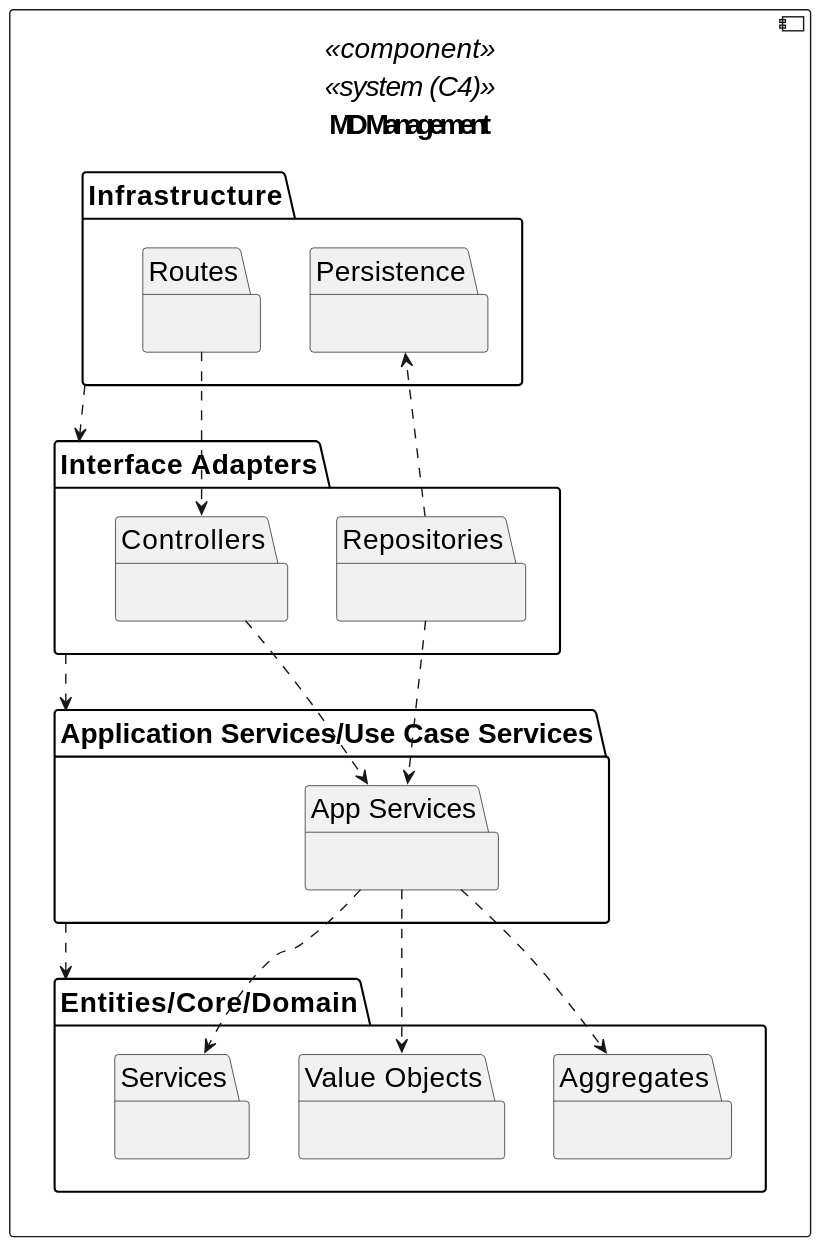
The PlantUML diagram _wiki/views/level-3/assets/implemantation-view.svg in miseEnPlace-dev/lapr5, before a commit.
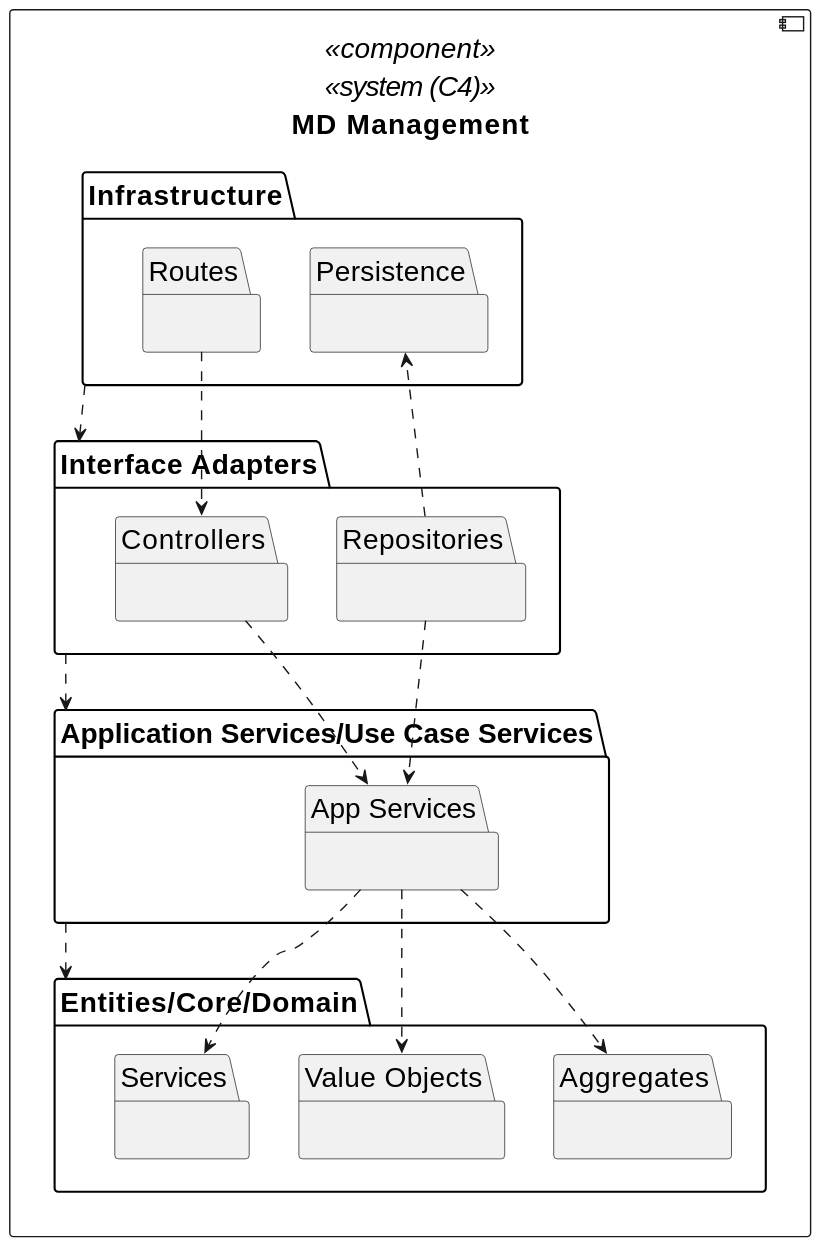
Above is the later version.

What changed in the source:
```diff
@@ -1,7 +1,7 @@
 @startuml
 skinparamlocked defaultFontSize 20
 
-component "MD Devices" as MDD <<component>> <<system (C4)>> {
+component "MD Management" as MDM <<component>> <<system (C4)>> {
   folder Infrastructure as I {
     package Persistence as PERS {}
     package Routes as ROUTE {}
```
